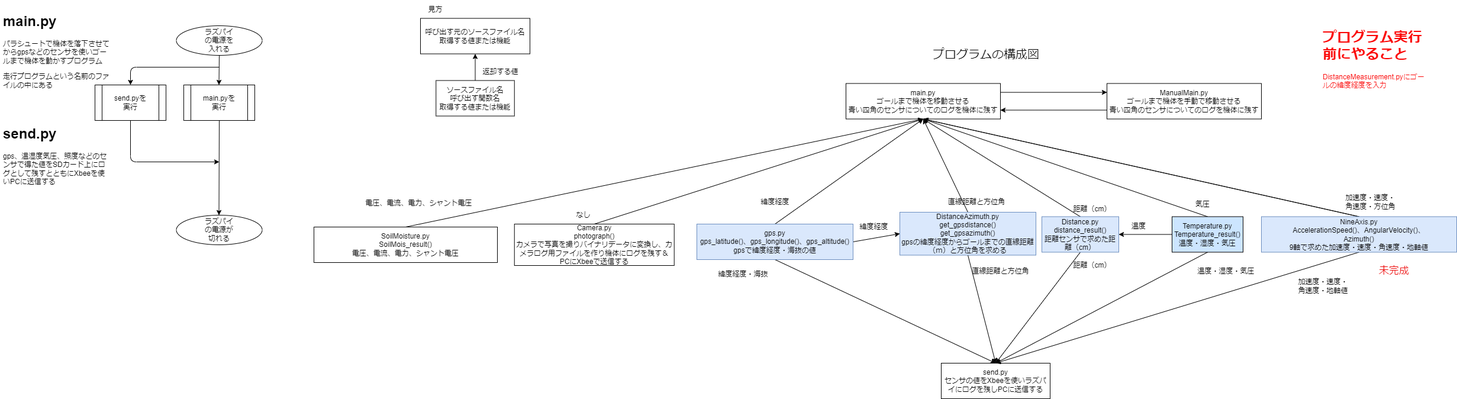
TDUSenjuAstronomyResearchClub/CanSat02 keeps this draw.io diagram as CanSat.png. Above is the earlier version. Source tidied: cells renumbered, new cells last; positions are measured from the earlier drawing's top-left corner, leaving out a move shared by most shapes.
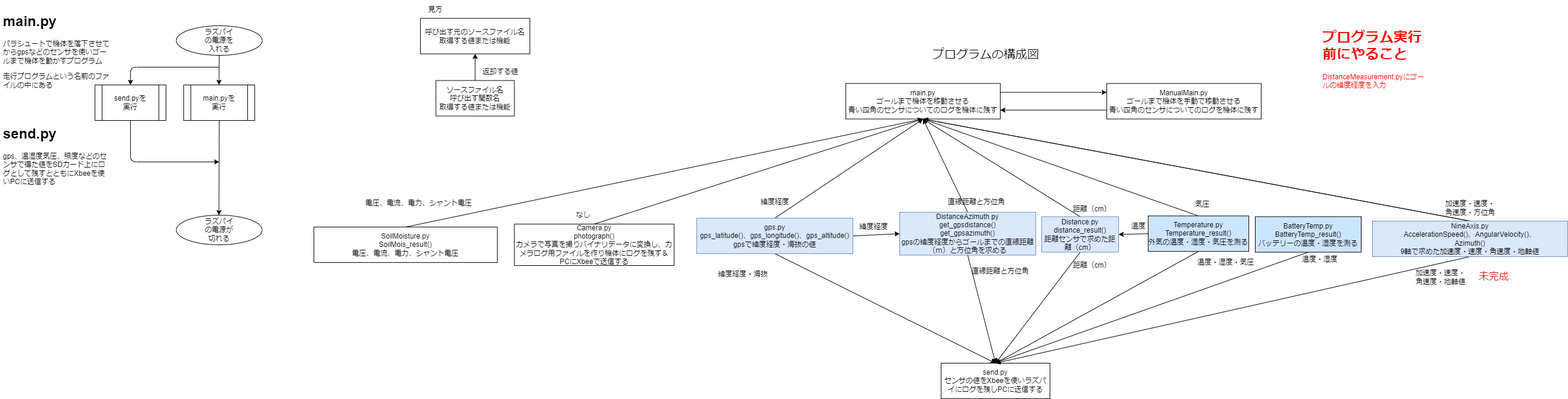
Above is the later version.

What changed in the source:
```diff
@@ -90,7 +90,7 @@
       <mxGeometry relative="1" as="geometry" />
     </mxCell>
     <mxCell id="26" value="gps.py&lt;br&gt;&lt;span style=&quot;border-color: var(--border-color); background-color: initial;&quot;&gt;gps_latitude()、g&lt;/span&gt;&lt;span style=&quot;border-color: var(--border-color); background-color: initial;&quot;&gt;ps_longitude()、&lt;/span&gt;&lt;span style=&quot;border-color: var(--border-color); background-color: initial;&quot;&gt;gps_altitude()&lt;/span&gt;&lt;br&gt;gpsで緯度経度・海抜の値" style="rounded=0;whiteSpace=wrap;html=1;fillColor=#dae8fc;strokeColor=#6c8ebf;" parent="1" vertex="1">
-      <mxGeometry x="1177" y="377" width="264" height="60" as="geometry" />
+      <mxGeometry x="1177" y="367" width="264" height="60" as="geometry" />
     </mxCell>
     <mxCell id="27" value="直線距離と方位角" style="text;html=1;strokeColor=none;fillColor=none;align=center;verticalAlign=middle;whiteSpace=wrap;rounded=0;" parent="1" vertex="1">
       <mxGeometry x="1600" y="324.5" width="100" height="30" as="geometry" />
@@ -123,7 +123,7 @@
       <mxGeometry x="1800" y="337" width="90" height="30" as="geometry" />
     </mxCell>
     <mxCell id="37" value="加速度・速度・&lt;br&gt;角速度・方位角" style="text;html=1;align=center;verticalAlign=middle;strokeColor=none;fillColor=none;" parent="1" vertex="1">
-      <mxGeometry x="2260" y="319.5" width="110" height="40" as="geometry" />
+      <mxGeometry x="2429" y="329.5" width="110" height="40" as="geometry" />
     </mxCell>
     <mxCell id="38" style="edgeStyle=none;html=1;exitX=0.5;exitY=0;exitDx=0;exitDy=0;entryX=0.5;entryY=1;entryDx=0;entryDy=0;fontSize=20;startArrow=none;" parent="1" edge="1" source="60" target="17">
       <mxGeometry relative="1" as="geometry" />
@@ -141,7 +141,7 @@
       <mxGeometry x="1800" y="432" width="90" height="30" as="geometry" />
     </mxCell>
     <mxCell id="43" value="加速度・速度・&lt;br&gt;角速度・地軸値" style="text;html=1;align=center;verticalAlign=middle;strokeColor=none;fillColor=none;" parent="1" vertex="1">
-      <mxGeometry x="2180" y="462" width="110" height="40" as="geometry" />
+      <mxGeometry x="2379" y="447" width="110" height="40" as="geometry" />
     </mxCell>
     <mxCell id="44" style="edgeStyle=none;html=1;exitX=0.5;exitY=0;exitDx=0;exitDy=0;entryX=0.5;entryY=1;entryDx=0;entryDy=0;fontSize=12;" parent="1" edge="1" source="45" target="17">
       <mxGeometry relative="1" as="geometry" />
@@ -167,11 +167,11 @@
     <mxCell id="51" style="edgeStyle=none;html=1;exitX=0;exitY=0.5;exitDx=0;exitDy=0;entryX=1;entryY=0.5;entryDx=0;entryDy=0;" parent="1" edge="1" source="52" target="32">
       <mxGeometry relative="1" as="geometry" />
     </mxCell>
-    <mxCell id="52" value="Temperature.py&lt;br&gt;Temperature_result()&lt;br&gt;温度・湿度・気圧" style="rounded=0;whiteSpace=wrap;html=1;fontSize=12;fillColor=#CCE5FF;" parent="1" vertex="1">
-      <mxGeometry x="1980" y="364.5" width="120" height="60" as="geometry" />
+    <mxCell id="52" value="Temperature.py&lt;br&gt;Temperature_result()&lt;br&gt;外気の温度・湿度・気圧を測る" style="rounded=0;whiteSpace=wrap;html=1;fontSize=12;fillColor=#CCE5FF;" parent="1" vertex="1">
+      <mxGeometry x="1940" y="363.2" width="170" height="60" as="geometry" />
     </mxCell>
     <mxCell id="53" value="温度・湿度・気圧" style="text;html=1;align=center;verticalAlign=middle;strokeColor=none;fillColor=none;fontSize=12;" parent="1" vertex="1">
-      <mxGeometry x="2011" y="442" width="120" height="30" as="geometry" />
+      <mxGeometry x="2011" y="427" width="120" height="30" as="geometry" />
     </mxCell>
     <mxCell id="54" style="edgeStyle=none;html=1;exitX=0.5;exitY=0;exitDx=0;exitDy=0;entryX=0.5;entryY=1;entryDx=0;entryDy=0;fontSize=12;" parent="1" edge="1" source="55" target="17">
       <mxGeometry relative="1" as="geometry" />
@@ -183,7 +183,7 @@
       <mxGeometry x="607" y="327" width="200" height="30" as="geometry" />
     </mxCell>
     <mxCell id="57" value="&lt;font style=&quot;font-size: 17px;&quot; color=&quot;#ed0c0c&quot;&gt;未完成&lt;/font&gt;" style="text;html=1;align=center;verticalAlign=middle;strokeColor=none;fillColor=none;fontSize=12;" parent="1" vertex="1">
-      <mxGeometry x="2320" y="442" width="70" height="30" as="geometry" />
+      <mxGeometry x="2489" y="452" width="70" height="30" as="geometry" />
     </mxCell>
     <mxCell id="58" value="&lt;h1 style=&quot;border-color: var(--border-color);&quot;&gt;プログラム実行前にやること&lt;/h1&gt;&lt;div&gt;DistanceMeasurement.pyにゴールの緯度経度を入力&lt;/div&gt;&lt;p&gt;&lt;br&gt;&lt;/p&gt;" style="text;html=1;strokeColor=none;fillColor=none;spacing=5;spacingTop=-20;whiteSpace=wrap;overflow=hidden;rounded=0;fontColor=#fb0404;" parent="1" vertex="1">
       <mxGeometry x="2230" y="42" width="190" height="120" as="geometry" />
@@ -192,7 +192,7 @@
       <mxGeometry x="1441" y="367" width="70" height="30" as="geometry" />
     </mxCell>
     <mxCell id="60" value="NineAxis.py&lt;br&gt;&lt;span style=&quot;border-color: var(--border-color); background-color: initial;&quot;&gt;AccelerationSpeed()、&lt;/span&gt;&lt;span style=&quot;border-color: var(--border-color); background-color: initial;&quot;&gt;AngularVelocity()、&lt;/span&gt;&lt;span style=&quot;border-color: var(--border-color); background-color: initial;&quot;&gt;&lt;br style=&quot;border-color: var(--border-color);&quot;&gt;&lt;/span&gt;&lt;span style=&quot;border-color: var(--border-color); background-color: initial;&quot;&gt;Azimuth()&lt;/span&gt;&lt;br&gt;9軸で求めた加速度・速度・角速度・地軸値" style="rounded=0;whiteSpace=wrap;html=1;fillColor=#dae8fc;strokeColor=#6c8ebf;" parent="1" vertex="1">
-      <mxGeometry x="2131" y="364.5" width="330" height="60" as="geometry" />
+      <mxGeometry x="2319" y="372" width="330" height="60" as="geometry" />
     </mxCell>
     <mxCell id="61" style="edgeStyle=none;html=1;exitX=0;exitY=0.75;exitDx=0;exitDy=0;entryX=1;entryY=0.75;entryDx=0;entryDy=0;" parent="1" edge="1" source="62" target="17">
       <mxGeometry relative="1" as="geometry" />
@@ -206,5 +206,16 @@
     <mxCell id="64" value="&lt;span style=&quot;color: rgb(0, 0, 0); font-family: Helvetica; font-size: 12px; font-style: normal; font-variant-ligatures: normal; font-variant-caps: normal; font-weight: 400; letter-spacing: normal; orphans: 2; text-align: center; text-indent: 0px; text-transform: none; widows: 2; word-spacing: 0px; -webkit-text-stroke-width: 0px; background-color: rgb(251, 251, 251); text-decoration-thickness: initial; text-decoration-style: initial; text-decoration-color: initial; float: none; display: inline !important;&quot;&gt;温度&lt;/span&gt;" style="text;whiteSpace=wrap;html=1;" parent="1" vertex="1">
       <mxGeometry x="1910" y="367" width="60" height="40" as="geometry" />
     </mxCell>
+    <mxCell id="65" style="edgeStyle=none;html=1;exitX=0.5;exitY=1;exitDx=0;exitDy=0;" parent="1" edge="1" source="66">
+      <mxGeometry relative="1" as="geometry">
+        <mxPoint x="1680" y="612" as="targetPoint" />
+      </mxGeometry>
+    </mxCell>
+    <mxCell id="66" value="BatteryTemp.py&lt;br&gt;BatteryTemp_result()&lt;br&gt;バッテリーの温度・湿度を測る" style="rounded=0;whiteSpace=wrap;html=1;fontSize=12;fillColor=#CCE5FF;" parent="1" vertex="1">
+      <mxGeometry x="2121" y="364.5" width="179" height="60" as="geometry" />
+    </mxCell>
+    <mxCell id="67" value="温度・湿度" style="text;html=1;align=center;verticalAlign=middle;strokeColor=none;fillColor=none;fontSize=12;" parent="1" vertex="1">
+      <mxGeometry x="2190" y="422" width="80" height="30" as="geometry" />
+    </mxCell>
   </root>
 </mxGraphModel>
```
